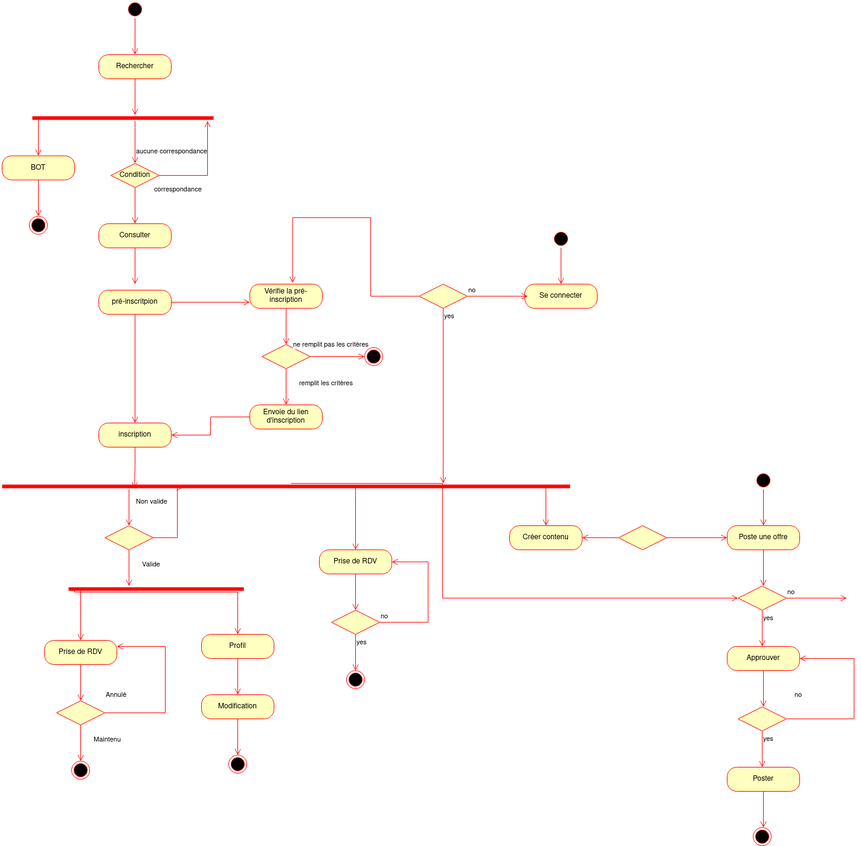
delannoykurt/mission-locale keeps this draw.io diagram as diagram_activity.drawio.png. Above is the earlier version. Source tidied: cells renumbered, new cells last; positions are measured from the earlier drawing's top-left corner, leaving out a move shared by most shapes.
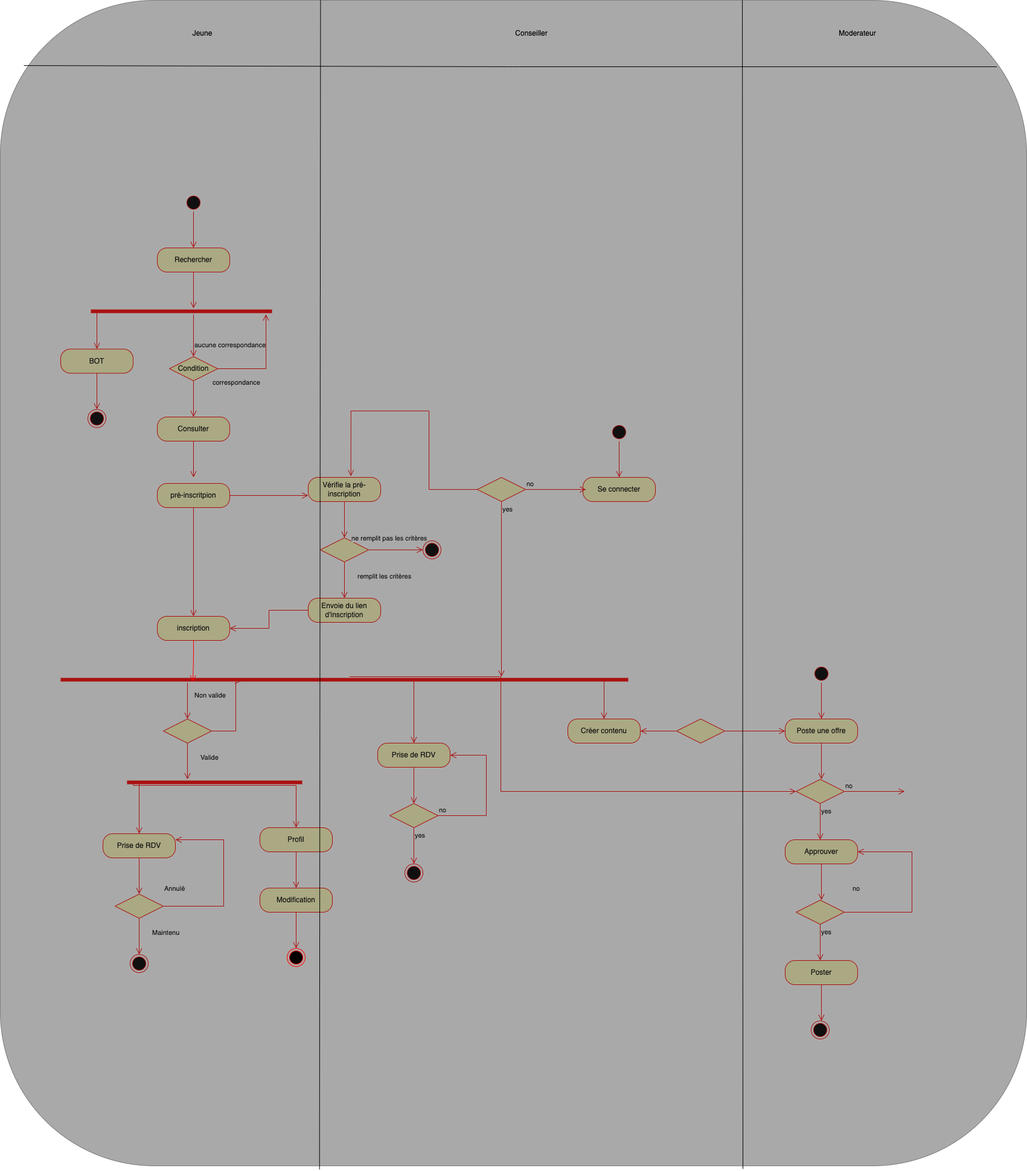
The same file after the commit.

Commit message:
docs(common): update diagram activite

What changed in the source:
```diff
@@ -380,11 +380,38 @@
         <mxPoint x="390" y="1250" as="targetPoint" />
       </mxGeometry>
     </mxCell>
+    <mxCell id="84" style="rounded=1;whiteSpace=wrap;html=1;fillColor=#2A2929;opacity=40;" parent="1" vertex="1">
+      <mxGeometry x="-100" y="-320" width="1700" height="1930" as="geometry" />
+    </mxCell>
     <mxCell id="82" style="ellipse;html=1;shape=endState;fillColor=#000000;strokeColor=#ff0000;" parent="1" vertex="1">
       <mxGeometry x="375" y="1250" width="30" height="30" as="geometry" />
     </mxCell>
     <mxCell id="83" style="edgeStyle=orthogonalEdgeStyle;html=1;verticalAlign=bottom;endArrow=open;endSize=8;strokeColor=#ff0000;rounded=0;exitX=0.5;exitY=1;exitDx=0;exitDy=0;entryX=0.233;entryY=0.8;entryDx=0;entryDy=0;entryPerimeter=0;" parent="1" edge="1" source="59" target="5">
       <mxGeometry relative="1" as="geometry" />
     </mxCell>
+    <mxCell id="85" style="endArrow=none;html=1;exitX=0.311;exitY=1.003;exitDx=0;exitDy=0;exitPerimeter=0;entryX=0.312;entryY=0;entryDx=0;entryDy=0;entryPerimeter=0;" parent="1" edge="1" source="84" target="84">
+      <mxGeometry relative="1" as="geometry" />
+    </mxCell>
+    <mxCell id="86" style="endArrow=none;html=1;exitX=0.311;exitY=1.003;exitDx=0;exitDy=0;exitPerimeter=0;entryX=0.723;entryY=0;entryDx=0;entryDy=0;entryPerimeter=0;" parent="1" edge="1" target="84">
+      <mxGeometry relative="1" as="geometry">
+        <mxPoint x="1130" y="1615" as="sourcePoint" />
+      </mxGeometry>
+    </mxCell>
+    <mxCell id="87" style="endArrow=none;html=1;exitX=0.023;exitY=0.056;exitDx=0;exitDy=0;exitPerimeter=0;entryX=0.971;entryY=0.057;entryDx=0;entryDy=0;entryPerimeter=0;" parent="1" edge="1" source="84" target="84">
+      <mxGeometry relative="1" as="geometry">
+        <Array as="points">
+          <mxPoint x="750" y="-210" />
+        </Array>
+      </mxGeometry>
+    </mxCell>
+    <mxCell id="88" value="Jeune" style="text;html=1;strokeColor=none;fillColor=none;align=center;verticalAlign=middle;whiteSpace=wrap;rounded=0;opacity=60;" parent="1" vertex="1">
+      <mxGeometry x="205" y="-280" width="60" height="30" as="geometry" />
+    </mxCell>
+    <mxCell id="89" value="Conseiller" style="text;html=1;strokeColor=none;fillColor=none;align=center;verticalAlign=middle;whiteSpace=wrap;rounded=0;opacity=60;" parent="1" vertex="1">
+      <mxGeometry x="750" y="-280" width="60" height="30" as="geometry" />
+    </mxCell>
+    <mxCell id="90" value="Moderateur" style="text;html=1;strokeColor=none;fillColor=none;align=center;verticalAlign=middle;whiteSpace=wrap;rounded=0;opacity=60;" parent="1" vertex="1">
+      <mxGeometry x="1290" y="-280" width="60" height="30" as="geometry" />
+    </mxCell>
   </root>
 </mxGraphModel>
```
